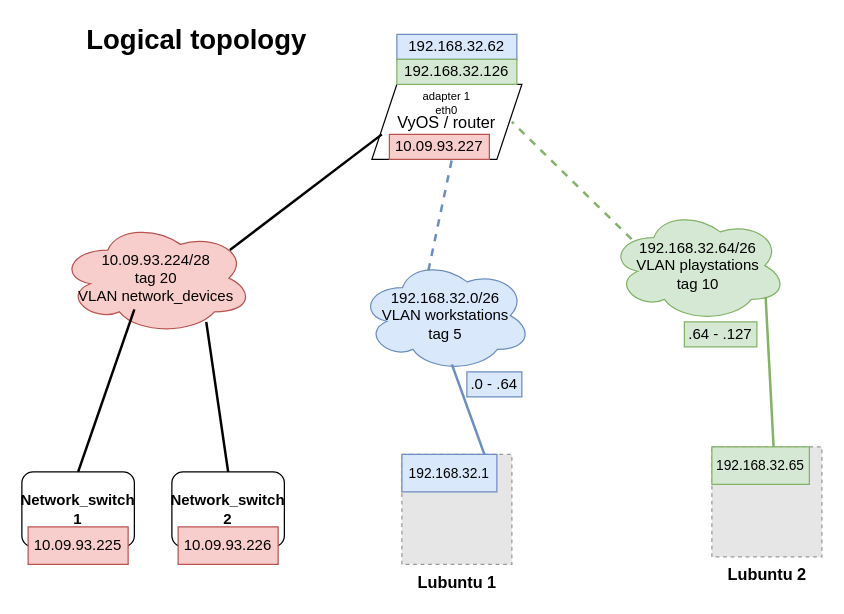
Onniedvin/TTC1030-Datanetworks keeps this draw.io diagram as page "Log_topo" (2 of 2) of documentation/E04/Topologies.drawio. Above is the earlier version. Source tidied: cells renumbered, new cells numbered last; positions are measured from the earlier drawing's top-left corner, leaving out a move shared by most shapes. Both pictures are drawn from the tidied source at 125%, with x=0, y=0 at pixel (21, 21). Pictures stored in the file or linked from it are replaced by grey dashed boxes.
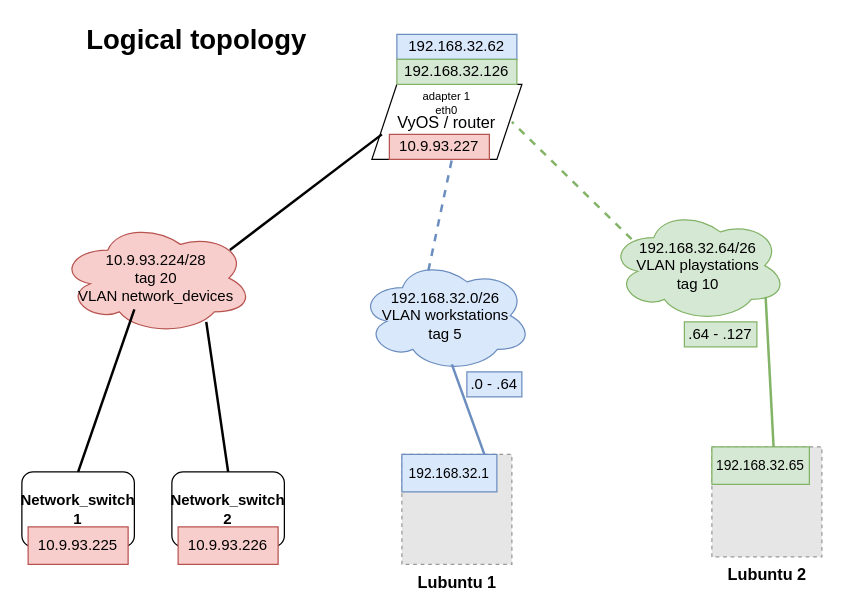
After the change.

Change to the diagram source:
```diff
@@
-    <mxCell id="8" value="10.09.93.224/28&#10;tag 20&#10;VLAN network_devices" style="ellipse;shape=cloud;whiteSpace=wrap;fontSize=12;fillColor=#f8cecc;strokeColor=#b85450;" parent="1" vertex="1">
+    <mxCell id="8" value="10.9.93.224/28&#10;tag 20&#10;VLAN network_devices" style="ellipse;shape=cloud;whiteSpace=wrap;fontSize=12;fillColor=#f8cecc;strokeColor=#b85450;" parent="1" vertex="1">
       <mxGeometry x="30" y="160" width="155" height="90" as="geometry" />
     </mxCell>
@@
-    <mxCell id="13" value="&lt;span style=&quot;font-size: 12px&quot;&gt;10.09.93.225&lt;/span&gt;" style="text;html=1;strokeColor=#b85450;fillColor=#f8cecc;align=center;verticalAlign=middle;whiteSpace=wrap;rounded=0;fontSize=11;" parent="1" vertex="1">
+    <mxCell id="13" value="&lt;span style=&quot;font-size: 12px&quot;&gt;10.9.93.225&lt;/span&gt;" style="text;html=1;strokeColor=#b85450;fillColor=#f8cecc;align=center;verticalAlign=middle;whiteSpace=wrap;rounded=0;fontSize=11;" parent="1" vertex="1">
       <mxGeometry x="5" y="404" width="80" height="30" as="geometry" />
     </mxCell>
-    <mxCell id="14" value="&lt;span style=&quot;font-size: 12px&quot;&gt;10.09.93.226&lt;/span&gt;" style="text;html=1;strokeColor=#b85450;fillColor=#f8cecc;align=center;verticalAlign=middle;whiteSpace=wrap;rounded=0;fontSize=11;" parent="1" vertex="1">
+    <mxCell id="14" value="&lt;span style=&quot;font-size: 12px&quot;&gt;10.9.93.226&lt;/span&gt;" style="text;html=1;strokeColor=#b85450;fillColor=#f8cecc;align=center;verticalAlign=middle;whiteSpace=wrap;rounded=0;fontSize=11;" parent="1" vertex="1">
       <mxGeometry x="125" y="404" width="80" height="30" as="geometry" />
     </mxCell>
@@
-    <mxCell id="23" value="&lt;span style=&quot;font-size: 12px&quot;&gt;10.09.93.227&lt;/span&gt;" style="text;html=1;strokeColor=#b85450;fillColor=#f8cecc;align=center;verticalAlign=middle;whiteSpace=wrap;rounded=0;fontSize=11;" parent="1" vertex="1">
+    <mxCell id="23" value="&lt;span style=&quot;font-size: 12px&quot;&gt;10.9.93.227&lt;/span&gt;" style="text;html=1;strokeColor=#b85450;fillColor=#f8cecc;align=center;verticalAlign=middle;whiteSpace=wrap;rounded=0;fontSize=11;" parent="1" vertex="1">
       <mxGeometry x="294" y="90" width="80" height="20" as="geometry" />
     </mxCell>
```
